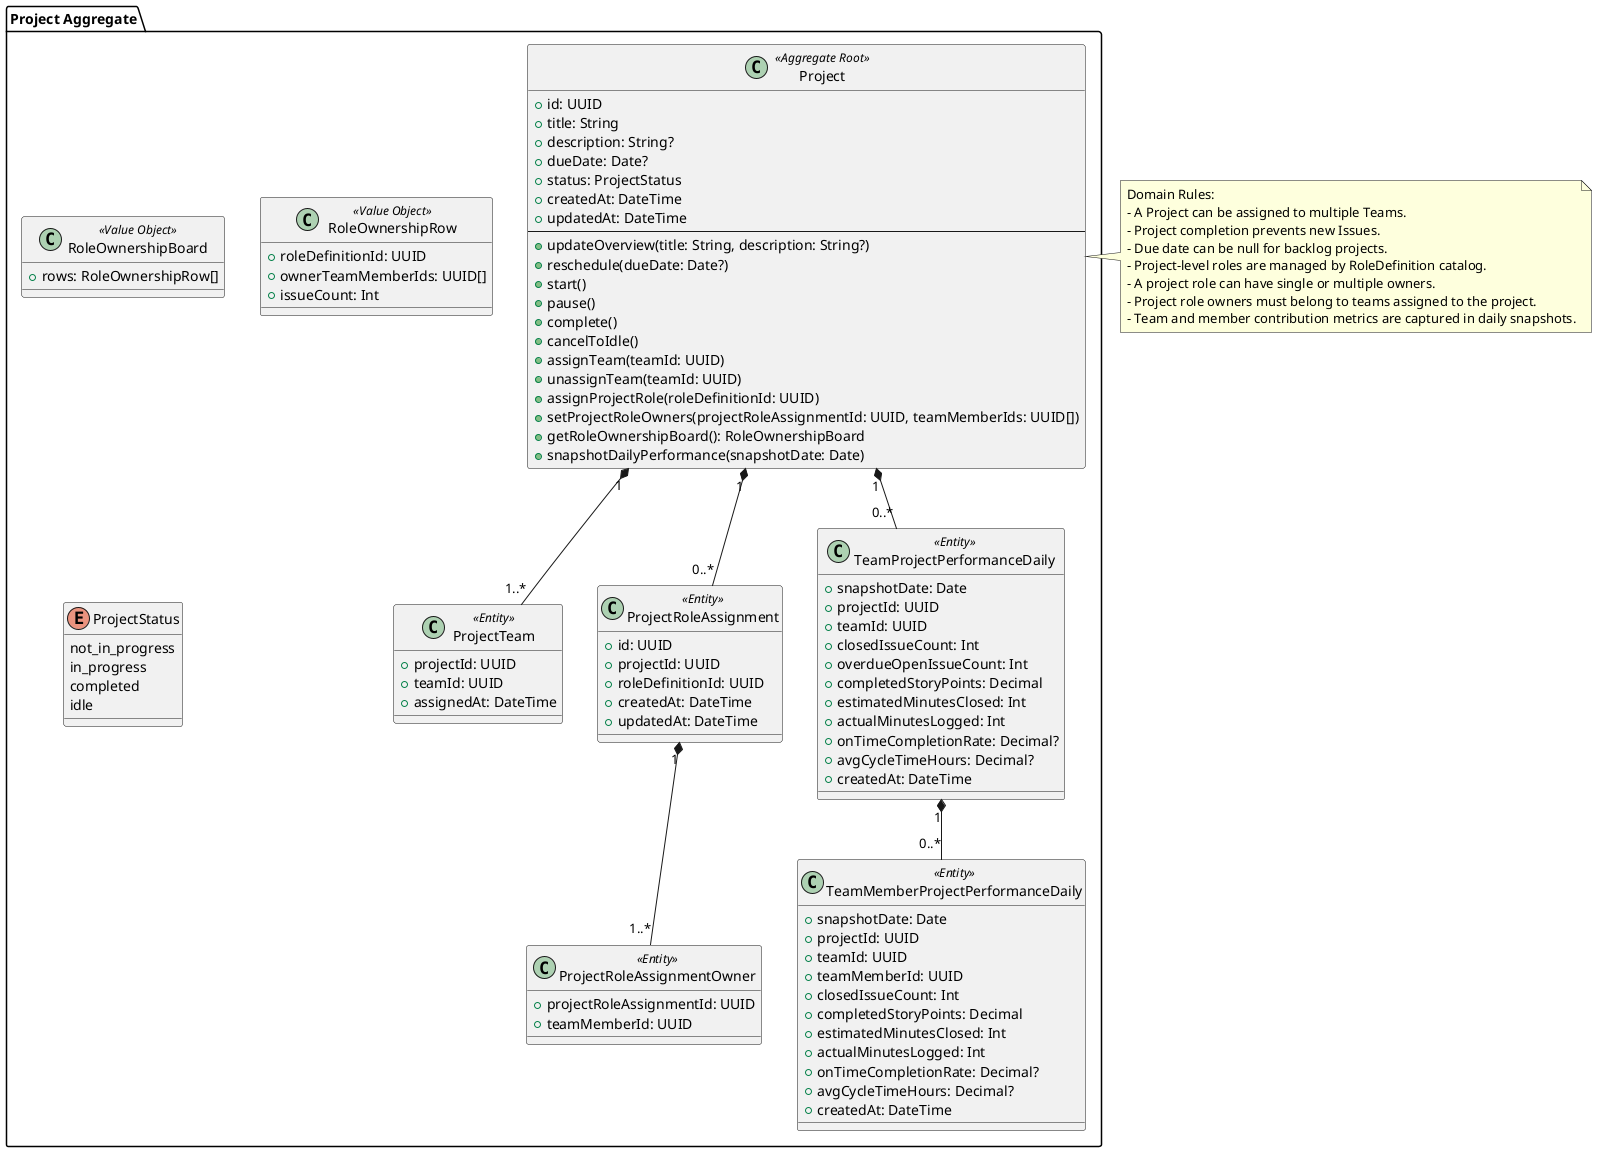
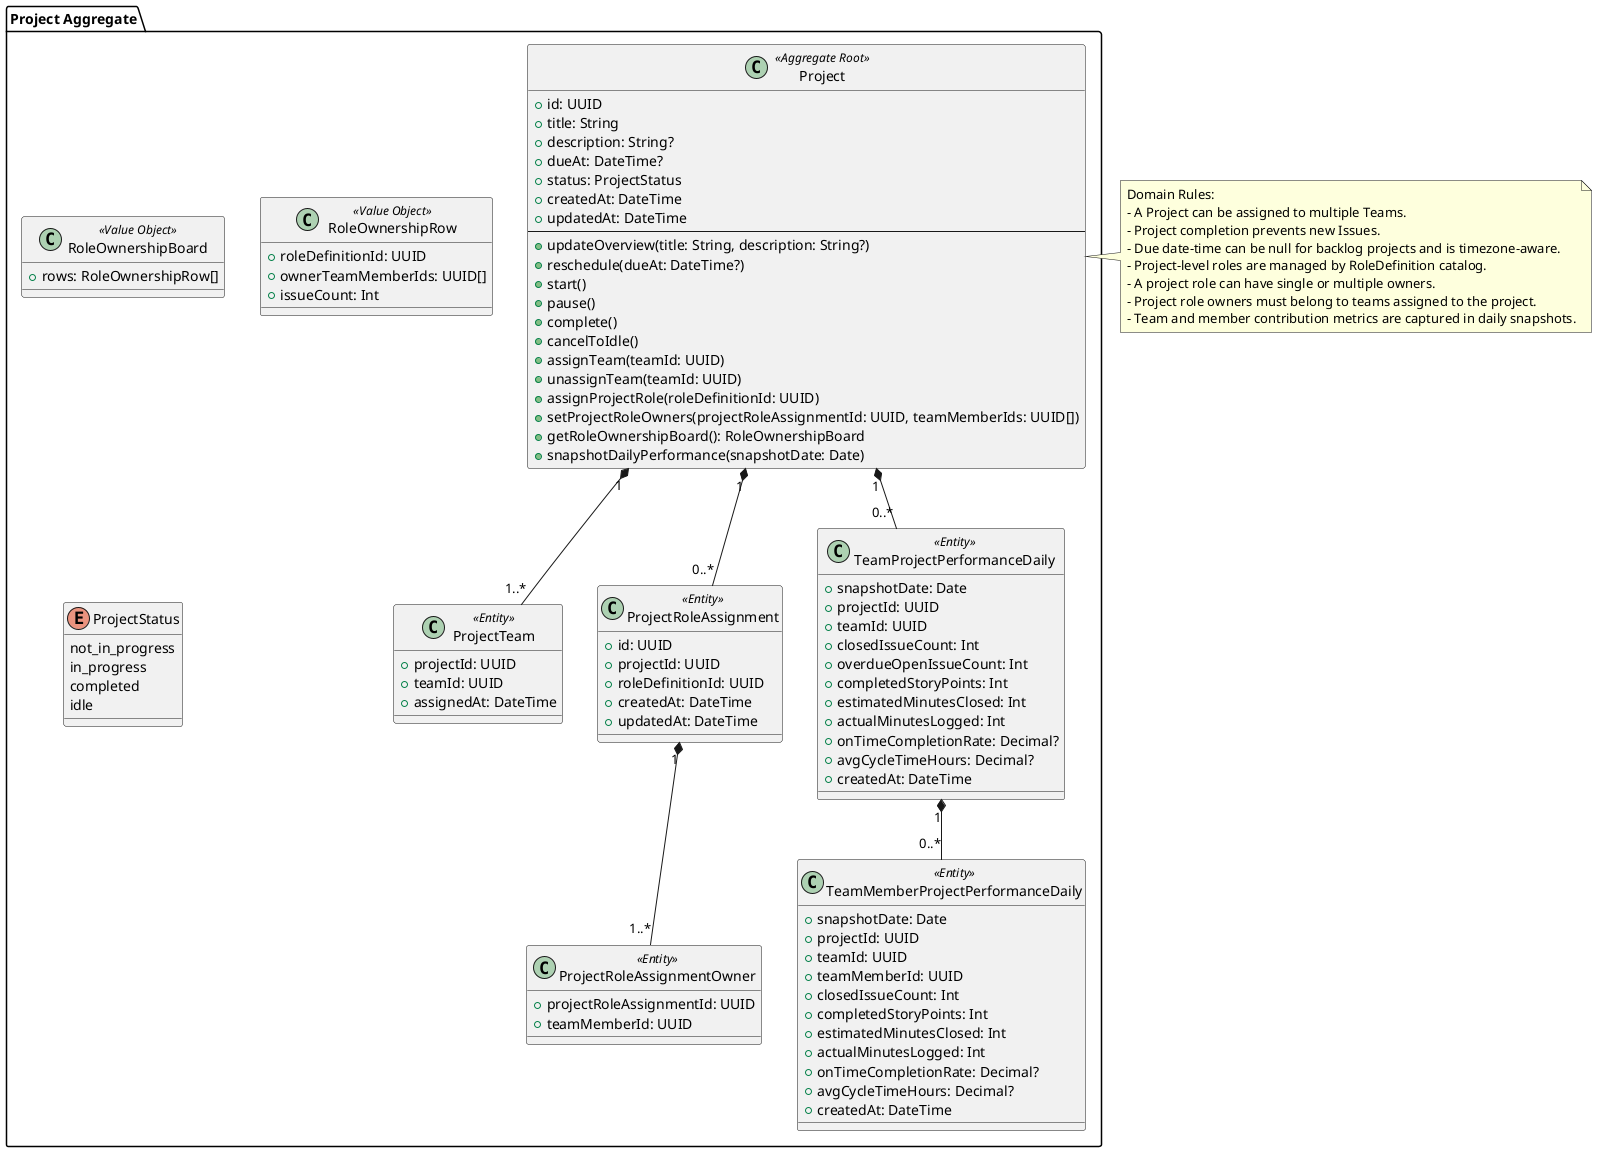
@startuml
package "Project Aggregate" {

  class Project <<Aggregate Root>> {
    +id: UUID
    +title: String
    +description: String?
-     +dueDate: Date?
+     +dueAt: DateTime?
    +status: ProjectStatus
    +createdAt: DateTime
    +updatedAt: DateTime
    --
    +updateOverview(title: String, description: String?)
-     +reschedule(dueDate: Date?)
+     +reschedule(dueAt: DateTime?)
    +start()
    +pause()
    +complete()
    +cancelToIdle()
    +assignTeam(teamId: UUID)
    +unassignTeam(teamId: UUID)
    +assignProjectRole(roleDefinitionId: UUID)
    +setProjectRoleOwners(projectRoleAssignmentId: UUID, teamMemberIds: UUID[])
    +getRoleOwnershipBoard(): RoleOwnershipBoard
    +snapshotDailyPerformance(snapshotDate: Date)
  }

  class ProjectTeam <<Entity>> {
    +projectId: UUID
    +teamId: UUID
    +assignedAt: DateTime
  }

  class ProjectRoleAssignment <<Entity>> {
    +id: UUID
    +projectId: UUID
    +roleDefinitionId: UUID
    +createdAt: DateTime
    +updatedAt: DateTime
  }

  class ProjectRoleAssignmentOwner <<Entity>> {
    +projectRoleAssignmentId: UUID
    +teamMemberId: UUID
  }

  class RoleOwnershipBoard <<Value Object>> {
    +rows: RoleOwnershipRow[]
  }

  class RoleOwnershipRow <<Value Object>> {
    +roleDefinitionId: UUID
    +ownerTeamMemberIds: UUID[]
    +issueCount: Int
  }

  class TeamProjectPerformanceDaily <<Entity>> {
    +snapshotDate: Date
    +projectId: UUID
    +teamId: UUID
    +closedIssueCount: Int
    +overdueOpenIssueCount: Int
-     +completedStoryPoints: Decimal
+     +completedStoryPoints: Int
    +estimatedMinutesClosed: Int
    +actualMinutesLogged: Int
    +onTimeCompletionRate: Decimal?
    +avgCycleTimeHours: Decimal?
    +createdAt: DateTime
  }

  class TeamMemberProjectPerformanceDaily <<Entity>> {
    +snapshotDate: Date
    +projectId: UUID
    +teamId: UUID
    +teamMemberId: UUID
    +closedIssueCount: Int
-     +completedStoryPoints: Decimal
+     +completedStoryPoints: Int
    +estimatedMinutesClosed: Int
    +actualMinutesLogged: Int
    +onTimeCompletionRate: Decimal?
    +avgCycleTimeHours: Decimal?
    +createdAt: DateTime
  }

  enum ProjectStatus {
    not_in_progress
    in_progress
    completed
    idle
  }

  Project "1" *-- "1..*" ProjectTeam
  Project "1" *-- "0..*" ProjectRoleAssignment
  Project "1" *-- "0..*" TeamProjectPerformanceDaily
  TeamProjectPerformanceDaily "1" *-- "0..*" TeamMemberProjectPerformanceDaily
  ProjectRoleAssignment "1" *-- "1..*" ProjectRoleAssignmentOwner
}

note right of Project
Domain Rules:
- A Project can be assigned to multiple Teams.
- Project completion prevents new Issues.
- - Due date can be null for backlog projects.
+ - Due date-time can be null for backlog projects and is timezone-aware.
- Project-level roles are managed by RoleDefinition catalog.
- A project role can have single or multiple owners.
- Project role owners must belong to teams assigned to the project.
- Team and member contribution metrics are captured in daily snapshots.
end note

@enduml